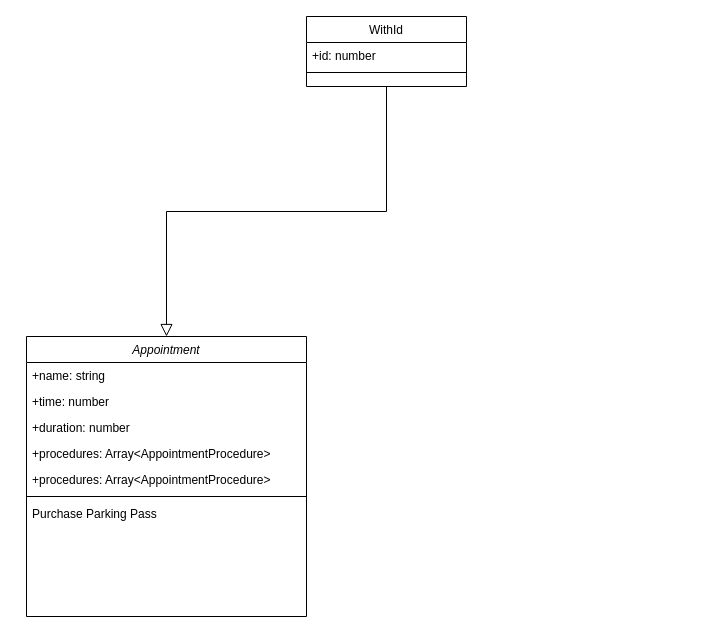
Above: Untitled Diagram.drawio in arturyumaev/Bachelor-Diploma-Docs (draw.io), before the change. Source tidied: cells renumbered, new cells numbered last; positions are measured from the earlier drawing's top-left corner, leaving out a move shared by most shapes. Both pictures are drawn from the tidied source at 100%, with x=0, y=0 at pixel (26, 16).
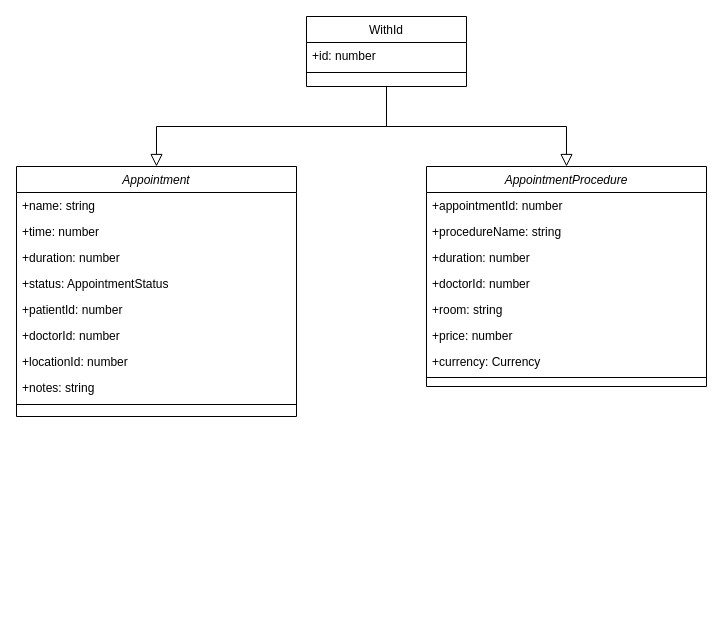
The same page after the edit.

The change refers to these unchanged cells:
```xml
<mxCell id="10" value="WithId" style="swimlane;fontStyle=0;align=center;verticalAlign=top;horizontal=1;startSize=26;rounded=0;shadow=0;strokeWidth=1;" parent="1" vertex="1">
  <mxGeometry x="280" width="160" height="70" as="geometry" />
</mxCell>
```

Diff of the diagram source:
```diff
@@
     <mxCell id="2" value="Appointment" style="swimlane;fontStyle=2;align=center;verticalAlign=top;horizontal=1;startSize=26;rounded=0;shadow=0;strokeWidth=1;" parent="1" vertex="1">
-      <mxGeometry y="320" width="280" height="280" as="geometry" />
+      <mxGeometry x="-10" y="150" width="280" height="250" as="geometry" />
     </mxCell>
@@
-    <mxCell id="6" value="+procedures: Array&lt;AppointmentProcedure&gt;" style="text;align=left;verticalAlign=top;spacingLeft=4;spacingRight=4;overflow=hidden;rounded=0;shadow=0;html=0;" parent="2" vertex="1">
+    <mxCell id="6" value="+status: AppointmentStatus" style="text;align=left;verticalAlign=top;spacingLeft=4;spacingRight=4;overflow=hidden;rounded=0;shadow=0;html=0;" parent="2" vertex="1">
       <mxGeometry y="104" width="280" height="26" as="geometry" />
     </mxCell>
+    <mxCell id="14" value="+patientId: number" style="text;align=left;verticalAlign=top;spacingLeft=4;spacingRight=4;overflow=hidden;rounded=0;shadow=0;html=0;" parent="2" vertex="1">
+      <mxGeometry y="130" width="280" height="26" as="geometry" />
+    </mxCell>
+    <mxCell id="15" value="+doctorId: number" style="text;align=left;verticalAlign=top;spacingLeft=4;spacingRight=4;overflow=hidden;rounded=0;shadow=0;html=0;" parent="2" vertex="1">
+      <mxGeometry y="156" width="280" height="26" as="geometry" />
+    </mxCell>
+    <mxCell id="16" value="+locationId: number" style="text;align=left;verticalAlign=top;spacingLeft=4;spacingRight=4;overflow=hidden;rounded=0;shadow=0;html=0;" parent="2" vertex="1">
+      <mxGeometry y="182" width="280" height="26" as="geometry" />
+    </mxCell>
-    <mxCell id="7" value="+procedures: Array&lt;AppointmentProcedure&gt;" style="text;align=left;verticalAlign=top;spacingLeft=4;spacingRight=4;overflow=hidden;rounded=0;shadow=0;html=0;" parent="2" vertex="1">
-      <mxGeometry y="130" width="280" height="26" as="geometry" />
+    <mxCell id="7" value="+notes: string" style="text;align=left;verticalAlign=top;spacingLeft=4;spacingRight=4;overflow=hidden;rounded=0;shadow=0;html=0;" parent="2" vertex="1">
+      <mxGeometry y="208" width="280" height="26" as="geometry" />
     </mxCell>
     <mxCell id="8" style="line;html=1;strokeWidth=1;align=left;verticalAlign=middle;spacingTop=-1;spacingLeft=3;spacingRight=3;labelPosition=right;" parent="2" vertex="1">
-      <mxGeometry y="156" width="280" height="8" as="geometry" />
+      <mxGeometry y="234" width="280" height="8" as="geometry" />
     </mxCell>
-    <mxCell id="9" value="Purchase Parking Pass" style="text;align=left;verticalAlign=top;spacingLeft=4;spacingRight=4;overflow=hidden;" parent="2" vertex="1">
-      <mxGeometry y="164" width="280" height="26" as="geometry" />
-    </mxCell>
@@
+    <mxCell id="17" value="AppointmentProcedure" style="swimlane;fontStyle=2;align=center;verticalAlign=top;horizontal=1;startSize=26;rounded=0;shadow=0;strokeWidth=1;" parent="1" vertex="1">
+      <mxGeometry x="400" y="150" width="280" height="220" as="geometry" />
+    </mxCell>
+    <mxCell id="18" value="+appointmentId: number" style="text;align=left;verticalAlign=top;spacingLeft=4;spacingRight=4;overflow=hidden;" parent="17" vertex="1">
+      <mxGeometry y="26" width="280" height="26" as="geometry" />
+    </mxCell>
+    <mxCell id="19" value="+procedureName: string" style="text;align=left;verticalAlign=top;spacingLeft=4;spacingRight=4;overflow=hidden;rounded=0;shadow=0;html=0;" parent="17" vertex="1">
+      <mxGeometry y="52" width="280" height="26" as="geometry" />
+    </mxCell>
+    <mxCell id="20" value="+duration: number" style="text;align=left;verticalAlign=top;spacingLeft=4;spacingRight=4;overflow=hidden;rounded=0;shadow=0;html=0;" parent="17" vertex="1">
+      <mxGeometry y="78" width="280" height="26" as="geometry" />
+    </mxCell>
+    <mxCell id="21" value="+doctorId: number" style="text;align=left;verticalAlign=top;spacingLeft=4;spacingRight=4;overflow=hidden;rounded=0;shadow=0;html=0;" parent="17" vertex="1">
+      <mxGeometry y="104" width="280" height="26" as="geometry" />
+    </mxCell>
+    <mxCell id="22" value="+room: string" style="text;align=left;verticalAlign=top;spacingLeft=4;spacingRight=4;overflow=hidden;rounded=0;shadow=0;html=0;" parent="17" vertex="1">
+      <mxGeometry y="130" width="280" height="26" as="geometry" />
+    </mxCell>
+    <mxCell id="23" value="+price: number" style="text;align=left;verticalAlign=top;spacingLeft=4;spacingRight=4;overflow=hidden;rounded=0;shadow=0;html=0;" parent="17" vertex="1">
+      <mxGeometry y="156" width="280" height="26" as="geometry" />
+    </mxCell>
+    <mxCell id="24" value="+currency: Currency" style="text;align=left;verticalAlign=top;spacingLeft=4;spacingRight=4;overflow=hidden;rounded=0;shadow=0;html=0;" parent="17" vertex="1">
+      <mxGeometry y="182" width="280" height="26" as="geometry" />
+    </mxCell>
+    <mxCell id="25" style="line;html=1;strokeWidth=1;align=left;verticalAlign=middle;spacingTop=-1;spacingLeft=3;spacingRight=3;labelPosition=right;" parent="17" vertex="1">
+      <mxGeometry y="208" width="280" height="6" as="geometry" />
+    </mxCell>
+    <mxCell id="26" style="endArrow=block;endSize=10;endFill=0;shadow=0;strokeWidth=1;rounded=0;edgeStyle=elbowEdgeStyle;elbow=vertical;exitX=0.5;exitY=1;exitDx=0;exitDy=0;" parent="1" edge="1" source="10" target="17">
+      <mxGeometry relative="1" as="geometry" />
+    </mxCell>
```
